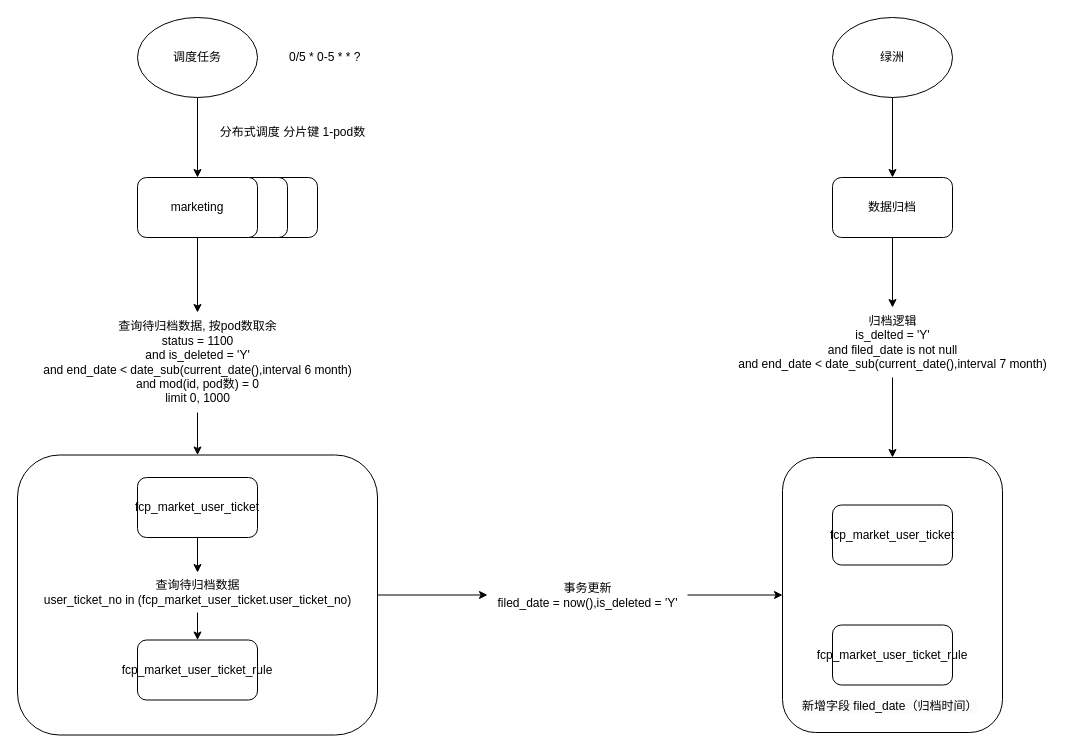
Above: marketing/用户券归档JOB/job.drawio in gjie1991/draw (draw.io), before the change. Source tidied: cells renumbered, new cells numbered last; positions are measured from the earlier drawing's top-left corner, leaving out a move shared by most shapes. Both pictures are drawn from the tidied source at 100%, with x=0, y=0 at pixel (17, 17).
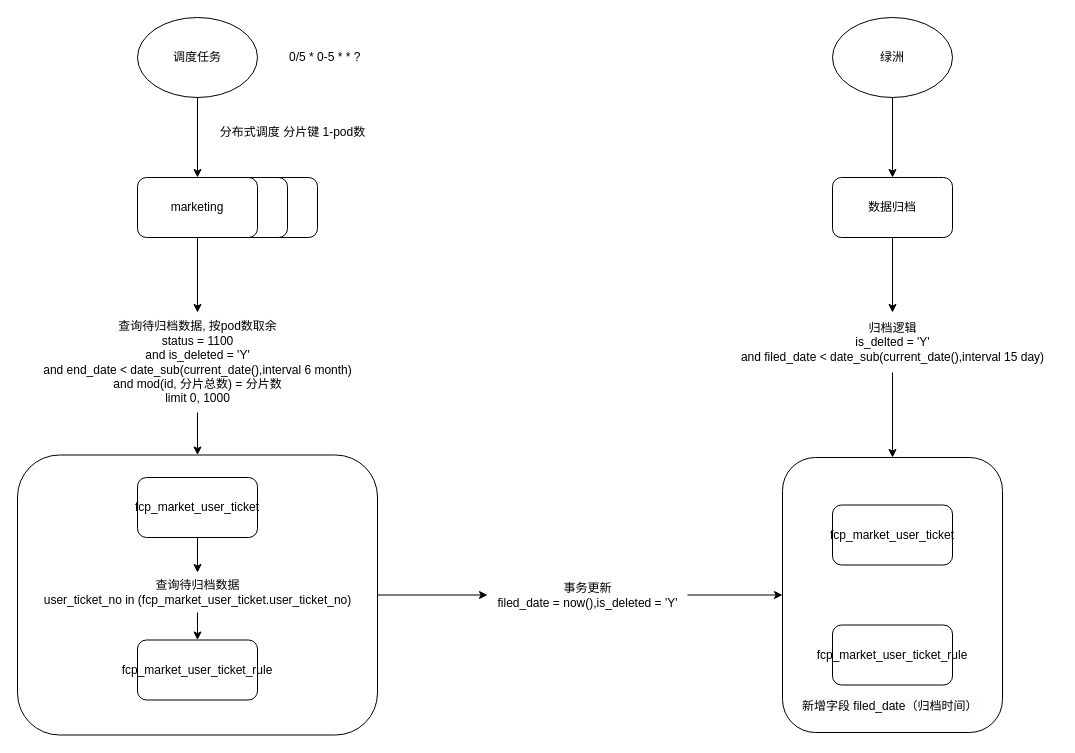
Above is the later version.

The edit, as a diff of the source:
```diff
@@
-    <mxCell id="23" value="归档逻辑&lt;br&gt;is_delted = 'Y'&lt;br&gt;and filed_date is not null&lt;br&gt;and end_date &amp;lt; date_sub(current_date(),interval 7 month)" style="text;html=1;align=center;verticalAlign=middle;points=[];strokeColor=none;fillColor=none;" parent="1" vertex="1">
-      <mxGeometry x="710" y="290" width="330" height="70" as="geometry" />
+    <mxCell id="23" value="归档逻辑&lt;br&gt;is_delted = 'Y'&lt;br&gt;and filed_date&amp;nbsp;&amp;lt; date_sub(current_date(),interval 15 day)" style="text;html=1;align=center;verticalAlign=middle;points=[];strokeColor=none;fillColor=none;" parent="1" vertex="1">
+      <mxGeometry x="710" y="295" width="330" height="60" as="geometry" />
     </mxCell>
@@
-    <mxCell id="25" value="&lt;font style=&quot;font-size: 12px;&quot;&gt;查询待归档数据, 按pod数取余&lt;br&gt;status = 1100&lt;br&gt;and is_deleted = 'Y'&lt;br style=&quot;border-color: var(--border-color); font-family: Arial, sans-serif; text-align: start;&quot;&gt;&lt;span style=&quot;font-family: Arial, sans-serif; text-align: start;&quot;&gt;and end_date &amp;lt; date_sub(current_date(),&lt;/span&gt;interval 6 month)&lt;br&gt;and mod(id, pod数) = 0&lt;br&gt;limit 0, 1000&lt;span style=&quot;font-family: Arial, sans-serif; text-align: start;&quot;&gt;&lt;br&gt;&lt;/span&gt;&lt;/font&gt;" style="text;html=1;align=center;verticalAlign=middle;points=[];strokeColor=none;fillColor=none;" parent="1" vertex="1">
+    <mxCell id="25" value="&lt;font style=&quot;font-size: 12px;&quot;&gt;查询待归档数据, 按pod数取余&lt;br&gt;status = 1100&lt;br&gt;and is_deleted = 'Y'&lt;br style=&quot;border-color: var(--border-color); font-family: Arial, sans-serif; text-align: start;&quot;&gt;&lt;span style=&quot;font-family: Arial, sans-serif; text-align: start;&quot;&gt;and end_date &amp;lt; date_sub(current_date(),&lt;/span&gt;interval 6 month)&lt;br&gt;and mod(id, 分片总数) = 分片数&lt;br&gt;limit 0, 1000&lt;span style=&quot;font-family: Arial, sans-serif; text-align: start;&quot;&gt;&lt;br&gt;&lt;/span&gt;&lt;/font&gt;" style="text;html=1;align=center;verticalAlign=middle;points=[];strokeColor=none;fillColor=none;" parent="1" vertex="1">
       <mxGeometry x="15" y="295" width="330" height="100" as="geometry" />
     </mxCell>
```
